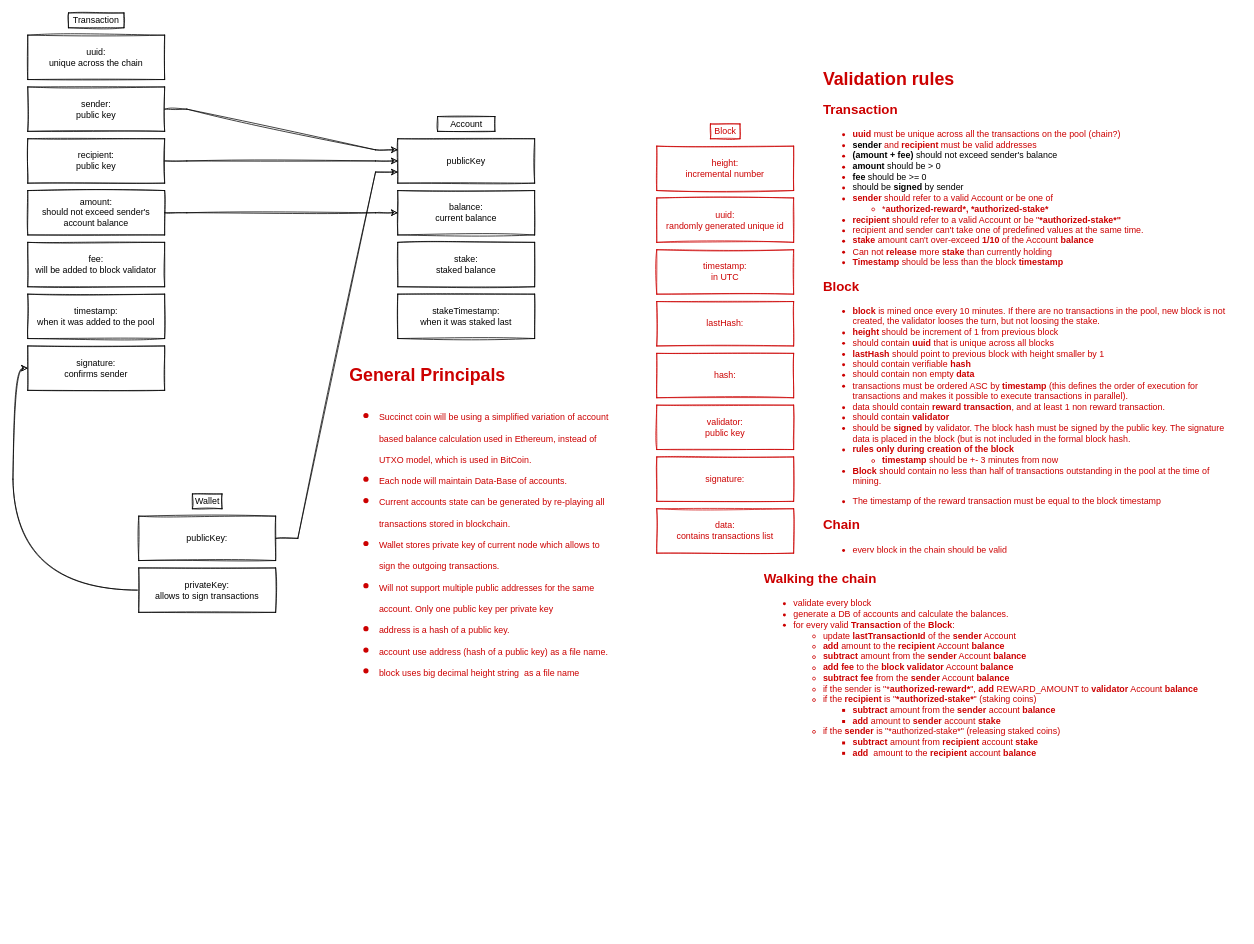
Above: docs/Transaction Structure Diagram.drawio in echowaves/succinctcoin (draw.io), before the change. Source tidied: cells renumbered, new cells numbered last; positions are measured from the earlier drawing's top-left corner, leaving out a move shared by most shapes. Both pictures are drawn from the tidied source at 74%, with x=0, y=0 at pixel (27, 13).
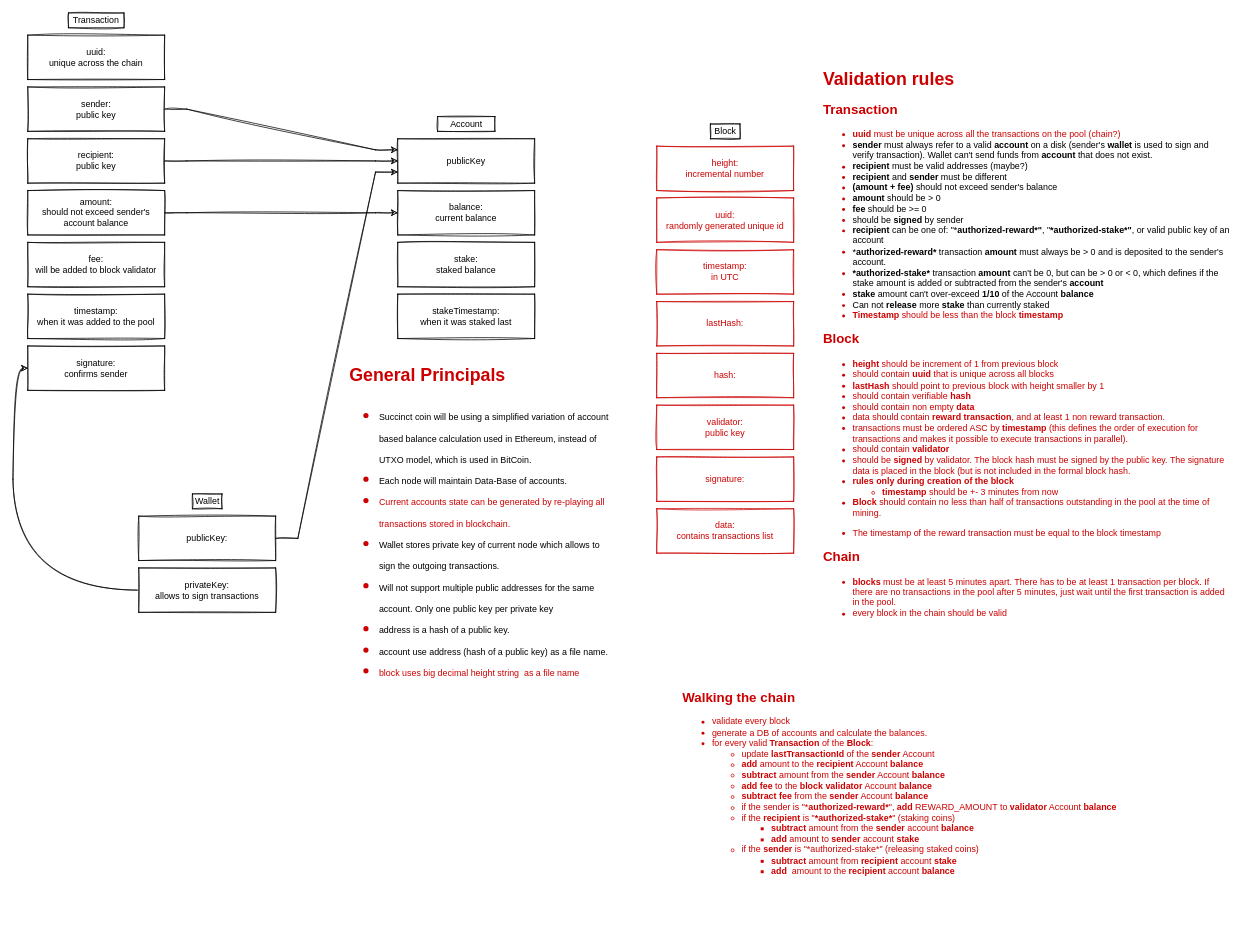
Above is the later version.

Commit message (it also covers changes not shown here):
wip: wiring up block

Change to the diagram source:
```diff
@@
-    <mxCell id="18" value="&lt;h1&gt;&lt;span&gt;General Principals&lt;/span&gt;&lt;/h1&gt;&lt;h1&gt;&lt;ul&gt;&lt;li&gt;&lt;span style=&quot;font-size: 12px ; font-weight: 400&quot;&gt;Succinct coin will be using a simplified variation of account based balance calculation used in Ethereum, instead of UTXO model, which is used in BitCoin.&lt;/span&gt;&lt;/li&gt;&lt;li&gt;&lt;span style=&quot;font-size: 12px ; font-weight: 400&quot;&gt;Each node will maintain Data-Base of accounts.&lt;/span&gt;&lt;br&gt;&lt;/li&gt;&lt;li&gt;&lt;span style=&quot;font-size: 12px ; font-weight: 400&quot;&gt;Current accounts state can be generated by re-playing all transactions stored in blockchain.&lt;/span&gt;&lt;/li&gt;&lt;li&gt;&lt;span style=&quot;font-size: 12px ; font-weight: 400&quot;&gt;Wallet stores private key of current node which allows to sign the outgoing transactions.&lt;/span&gt;&lt;/li&gt;&lt;li&gt;&lt;span style=&quot;font-size: 12px ; font-weight: 400&quot;&gt;Will not support multiple public addresses for the same account. Only one public key per private key&lt;/span&gt;&lt;/li&gt;&lt;li&gt;&lt;span style=&quot;font-size: 12px ; font-weight: 400&quot;&gt;address is a hash of a public key.&lt;/span&gt;&lt;/li&gt;&lt;li&gt;&lt;span style=&quot;font-size: 12px ; font-weight: 400&quot;&gt;account use address (hash of a public key) as a file name.&lt;/span&gt;&lt;/li&gt;&lt;li&gt;&lt;span style=&quot;font-size: 12px ; font-weight: 400&quot;&gt;block uses big decimal height string&amp;nbsp; as a file name&amp;nbsp;&lt;/span&gt;&lt;/li&gt;&lt;/ul&gt;&lt;/h1&gt;" style="text;html=1;fillColor=none;spacing=5;spacingTop=-20;whiteSpace=wrap;overflow=hidden;rounded=0;sketch=1;fontColor=#CC0000;" parent="1" vertex="1">
+    <mxCell id="18" value="&lt;h1&gt;&lt;span&gt;General Principals&lt;/span&gt;&lt;/h1&gt;&lt;h1&gt;&lt;ul&gt;&lt;li&gt;&lt;span style=&quot;font-size: 12px ; font-weight: 400&quot;&gt;&lt;font color=&quot;#000000&quot;&gt;Succinct coin will be using a simplified variation of account based balance calculation used in Ethereum, instead of UTXO model, which is used in BitCoin.&lt;/font&gt;&lt;/span&gt;&lt;/li&gt;&lt;li&gt;&lt;font color=&quot;#000000&quot;&gt;&lt;span style=&quot;font-size: 12px ; font-weight: 400&quot;&gt;Each node will maintain Data-Base of accounts.&lt;/span&gt;&lt;br&gt;&lt;/font&gt;&lt;/li&gt;&lt;li&gt;&lt;span style=&quot;font-size: 12px ; font-weight: 400&quot;&gt;Current accounts state can be generated by re-playing all transactions stored in blockchain.&lt;/span&gt;&lt;/li&gt;&lt;li&gt;&lt;span style=&quot;font-size: 12px ; font-weight: 400&quot;&gt;&lt;font color=&quot;#000000&quot;&gt;Wallet stores private key of current node which allows to sign the outgoing transactions.&lt;/font&gt;&lt;/span&gt;&lt;/li&gt;&lt;li&gt;&lt;span style=&quot;font-size: 12px ; font-weight: 400&quot;&gt;&lt;font color=&quot;#000000&quot;&gt;Will not support multiple public addresses for the same account. Only one public key per private key&lt;/font&gt;&lt;/span&gt;&lt;/li&gt;&lt;li&gt;&lt;span style=&quot;font-size: 12px ; font-weight: 400&quot;&gt;&lt;font color=&quot;#000000&quot;&gt;address is a hash of a public key.&lt;/font&gt;&lt;/span&gt;&lt;/li&gt;&lt;li&gt;&lt;span style=&quot;font-size: 12px ; font-weight: 400&quot;&gt;&lt;font color=&quot;#000000&quot;&gt;account use address (hash of a public key) as a file name.&lt;/font&gt;&lt;/span&gt;&lt;/li&gt;&lt;li&gt;&lt;span style=&quot;font-size: 12px ; font-weight: 400&quot;&gt;block uses big decimal height string&amp;nbsp; as a file name&amp;nbsp;&lt;/span&gt;&lt;/li&gt;&lt;/ul&gt;&lt;/h1&gt;" style="text;html=1;fillColor=none;spacing=5;spacingTop=-20;whiteSpace=wrap;overflow=hidden;rounded=0;sketch=1;fontColor=#CC0000;" parent="1" vertex="1">
       <mxGeometry x="430" y="470" width="360" height="550" as="geometry" />
     </mxCell>
@@
-    <mxCell id="22" value="Block" style="text;html=1;fillColor=none;align=center;verticalAlign=middle;whiteSpace=wrap;rounded=0;sketch=1;strokeColor=#CC0000;fontColor=#CC0000;" parent="1" vertex="1">
+    <mxCell id="22" value="Block" style="text;html=1;fillColor=none;align=center;verticalAlign=middle;whiteSpace=wrap;rounded=0;sketch=1;strokeColor=#000000;" parent="1" vertex="1">
       <mxGeometry x="922.5" y="150" width="40" height="20" as="geometry" />
     </mxCell>
@@
-    <mxCell id="30" value="&lt;h1&gt;Validation rules&lt;/h1&gt;&lt;h2&gt;Transaction&lt;/h2&gt;&lt;div&gt;&lt;ul&gt;&lt;li&gt;&lt;b&gt;uuid&lt;/b&gt; must be unique across all the transactions on the pool (chain?)&lt;/li&gt;&lt;li&gt;&lt;b&gt;&lt;font color=&quot;#000000&quot;&gt;sender&lt;/font&gt;&lt;/b&gt; and &lt;b&gt;recipient&lt;/b&gt; must be valid addresses&lt;/li&gt;&lt;li&gt;&lt;font color=&quot;#000000&quot;&gt;&lt;b&gt;(amount + fee)&lt;/b&gt;&lt;span&gt; should not exceed sender's balance&lt;/span&gt;&lt;br&gt;&lt;/font&gt;&lt;/li&gt;&lt;li&gt;&lt;font color=&quot;#000000&quot;&gt;&lt;b&gt;amount&lt;/b&gt; should be &amp;gt; 0&lt;/font&gt;&lt;/li&gt;&lt;li&gt;&lt;font color=&quot;#000000&quot;&gt;&lt;b&gt;fee&lt;/b&gt;&amp;nbsp;should be &amp;gt;= 0&lt;/font&gt;&lt;/li&gt;&lt;li&gt;&lt;font color=&quot;#000000&quot;&gt;should be &lt;b&gt;signed&lt;/b&gt; by sender&lt;/font&gt;&lt;/li&gt;&lt;li&gt;&lt;b&gt;sender&lt;/b&gt; should refer to a valid Account or be one of&lt;/li&gt;&lt;ul&gt;&lt;li&gt;*&lt;b&gt;authorized-reward*,&amp;nbsp;&lt;/b&gt;&lt;b&gt;*authorized-stake*&lt;/b&gt;&lt;br&gt;&lt;/li&gt;&lt;/ul&gt;&lt;li&gt;&lt;b&gt;recipient &lt;/b&gt;should refer to a valid Account or be &quot;&lt;b&gt;*authorized-stake*&quot;&lt;/b&gt;&lt;/li&gt;&lt;li&gt;recipient and sender can't take one of predefined values at the same time.&lt;/li&gt;&lt;li&gt;&lt;b&gt;stake &lt;/b&gt;amount can't over-exceed &lt;b&gt;1/10&lt;/b&gt; of the Account &lt;b&gt;balance&lt;/b&gt;&lt;/li&gt;&lt;li&gt;Can not &lt;b&gt;release&lt;/b&gt; more &lt;b&gt;stake&lt;/b&gt; than currently holding&lt;/li&gt;&lt;li&gt;&lt;b&gt;Timestamp &lt;/b&gt;should be less than the block &lt;b&gt;timestamp&lt;/b&gt;&lt;/li&gt;&lt;/ul&gt;&lt;/div&gt;&lt;h2&gt;Block&lt;/h2&gt;&lt;div&gt;&lt;ul&gt;&lt;li&gt;&lt;b&gt;block &lt;/b&gt;is mined once every 10 minutes. If there are no transactions in the pool, new block is not created, the validator looses the turn, but not loosing the stake.&lt;/li&gt;&lt;li&gt;&lt;b&gt;height&lt;/b&gt; should be increment of 1 from previous block&lt;/li&gt;&lt;li&gt;should contain &lt;b&gt;uuid &lt;/b&gt;that is unique across all blocks&lt;/li&gt;&lt;li&gt;&lt;b&gt;lastHash&lt;/b&gt; should point to previous block with height smaller by 1&lt;/li&gt;&lt;li&gt;should contain verifiable &lt;b&gt;hash&lt;/b&gt;&lt;/li&gt;&lt;li&gt;should contain non empty &lt;b&gt;data&lt;/b&gt;&amp;nbsp;&amp;nbsp;&lt;/li&gt;&lt;li&gt;transactions must be ordered ASC by &lt;b&gt;timestamp &lt;/b&gt;(this defines the order of execution for transactions and makes it possible to execute transactions in parallel).&lt;/li&gt;&lt;li&gt;data should contain &lt;b&gt;reward transaction&lt;/b&gt;, and at least 1 non reward transaction.&lt;/li&gt;&lt;li&gt;should contain &lt;b&gt;validator&lt;/b&gt;&lt;/li&gt;&lt;li&gt;should be &lt;b&gt;signed&lt;/b&gt; by validator. The block hash must be signed by the public key. The signature data is placed in the block (but is not included in the formal block hash.&lt;/li&gt;&lt;li&gt;&lt;b&gt;rules only during creation of the block&lt;/b&gt;&lt;/li&gt;&lt;ul&gt;&lt;li&gt;&lt;b&gt;timestamp&lt;/b&gt; should be +- 3 minutes from now&lt;/li&gt;&lt;/ul&gt;&lt;li&gt;&lt;b&gt;Block &lt;/b&gt;should contain no less than half of transactions outstanding in the pool at the time of mining.&lt;/li&gt;&lt;/ul&gt;&lt;p&gt;&lt;/p&gt;&lt;ul&gt;&lt;li&gt;&lt;span style=&quot;background-color: rgb(255 , 255 , 255)&quot;&gt;&lt;font style=&quot;font-size: 12px&quot;&gt;The timestamp of the reward transaction must be equal to the block timestamp&lt;/font&gt;&lt;/span&gt;&lt;/li&gt;&lt;/ul&gt;&lt;p&gt;&lt;/p&gt;&lt;/div&gt;&lt;h2&gt;Chain&lt;/h2&gt;&lt;div&gt;&lt;ul&gt;&lt;li&gt;every block in the chain should be valid&lt;/li&gt;&lt;/ul&gt;&lt;div&gt;&lt;br&gt;&lt;/div&gt;&lt;/div&gt;&lt;h2&gt;&lt;br&gt;&lt;/h2&gt;" style="text;html=1;fillColor=none;spacing=5;spacingTop=-20;whiteSpace=wrap;overflow=hidden;rounded=0;sketch=1;fontColor=#CC0000;" parent="1" vertex="1">
-      <mxGeometry x="1070" y="70" width="560" height="660" as="geometry" />
+    <mxCell id="30" value="&lt;h1&gt;Validation rules&lt;/h1&gt;&lt;h2&gt;Transaction&lt;/h2&gt;&lt;div&gt;&lt;ul&gt;&lt;li&gt;&lt;b&gt;uuid&lt;/b&gt; must be unique across all the transactions on the pool (chain?)&lt;/li&gt;&lt;li&gt;&lt;font color=&quot;#000000&quot;&gt;&lt;b&gt;sender &lt;/b&gt;must always refer to a valid &lt;b&gt;account&lt;/b&gt; on a disk (sender's &lt;b&gt;wallet&lt;/b&gt; is used to sign and verify transaction). Wallet can't send funds from &lt;b&gt;account &lt;/b&gt;that does not exist.&lt;/font&gt;&lt;/li&gt;&lt;li&gt;&lt;font color=&quot;#000000&quot;&gt;&lt;b&gt;recipient&lt;/b&gt; must be valid addresses (maybe?)&lt;/font&gt;&lt;/li&gt;&lt;li&gt;&lt;font color=&quot;#000000&quot;&gt;&lt;b&gt;recipient&lt;/b&gt; and &lt;b&gt;sender&lt;/b&gt; must be different&lt;/font&gt;&lt;/li&gt;&lt;li&gt;&lt;font color=&quot;#000000&quot;&gt;&lt;b&gt;(amount + fee)&lt;/b&gt;&lt;span&gt; should not exceed sender's balance&lt;/span&gt;&lt;br&gt;&lt;/font&gt;&lt;/li&gt;&lt;li&gt;&lt;font color=&quot;#000000&quot;&gt;&lt;b&gt;amount&lt;/b&gt; should be &amp;gt; 0&lt;/font&gt;&lt;/li&gt;&lt;li&gt;&lt;font color=&quot;#000000&quot;&gt;&lt;b&gt;fee&lt;/b&gt;&amp;nbsp;should be &amp;gt;= 0&lt;/font&gt;&lt;/li&gt;&lt;li&gt;&lt;font color=&quot;#000000&quot;&gt;should be &lt;b&gt;signed&lt;/b&gt; by sender&lt;/font&gt;&lt;/li&gt;&lt;li&gt;&lt;font color=&quot;#000000&quot;&gt;&lt;b&gt;recipient&lt;/b&gt;&lt;span&gt;&amp;nbsp;can be one of: &quot;*&lt;/span&gt;&lt;b&gt;authorized-reward*&quot;&lt;/b&gt;&lt;span&gt;, &quot;&lt;/span&gt;&lt;b&gt;*authorized-stake*&quot;&lt;/b&gt;&lt;span&gt;, or valid public key of an account&lt;/span&gt;&lt;br&gt;&lt;/font&gt;&lt;/li&gt;&lt;li&gt;&lt;font color=&quot;#000000&quot;&gt;&lt;span&gt;*&lt;/span&gt;&lt;b&gt;authorized-reward*&lt;/b&gt;&amp;nbsp;transaction &lt;b&gt;amount&lt;/b&gt; must always be &amp;gt; 0 and is deposited to the sender's account.&lt;/font&gt;&lt;/li&gt;&lt;li&gt;&lt;font color=&quot;#000000&quot;&gt;&lt;b&gt;*authorized-stake* &lt;/b&gt;&lt;span&gt;transaction &lt;b&gt;amount&lt;/b&gt; can't be 0, but can be &amp;gt; 0 or &amp;lt; 0, which defines if the stake amount is added or subtracted from the sender's &lt;b&gt;account&lt;/b&gt;&lt;/span&gt;&lt;/font&gt;&lt;br&gt;&lt;/li&gt;&lt;li&gt;&lt;font color=&quot;#000000&quot;&gt;&lt;b&gt;stake &lt;/b&gt;amount can't over-exceed &lt;b&gt;1/10&lt;/b&gt; of the Account &lt;b&gt;balance&lt;/b&gt;&lt;/font&gt;&lt;/li&gt;&lt;li&gt;&lt;font color=&quot;#000000&quot;&gt;Can not &lt;b&gt;release&lt;/b&gt; more &lt;b&gt;stake&lt;/b&gt; than currently staked&lt;/font&gt;&lt;/li&gt;&lt;li&gt;&lt;b&gt;Timestamp &lt;/b&gt;should be less than the block &lt;b&gt;timestamp&lt;/b&gt;&lt;/li&gt;&lt;/ul&gt;&lt;/div&gt;&lt;h2&gt;Block&lt;/h2&gt;&lt;div&gt;&lt;ul&gt;&lt;li&gt;&lt;b&gt;height&lt;/b&gt;&lt;span&gt; should be increment of 1 from previous block&lt;/span&gt;&lt;br&gt;&lt;/li&gt;&lt;li&gt;should contain &lt;b&gt;uuid &lt;/b&gt;that is unique across all blocks&lt;/li&gt;&lt;li&gt;&lt;b&gt;lastHash&lt;/b&gt; should point to previous block with height smaller by 1&lt;/li&gt;&lt;li&gt;should contain verifiable &lt;b&gt;hash&lt;/b&gt;&lt;/li&gt;&lt;li&gt;should contain non empty &lt;b&gt;data&lt;/b&gt;&lt;/li&gt;&lt;li&gt;data should contain&amp;nbsp;&lt;b&gt;reward transaction&lt;/b&gt;, and at least 1 non reward transaction.&lt;/li&gt;&lt;li&gt;transactions must be ordered ASC by &lt;b&gt;timestamp &lt;/b&gt;(this defines the order of execution for transactions and makes it possible to execute transactions in parallel).&lt;/li&gt;&lt;li&gt;should contain &lt;b&gt;validator&lt;/b&gt;&lt;/li&gt;&lt;li&gt;should be &lt;b&gt;signed&lt;/b&gt; by validator. The block hash must be signed by the public key. The signature data is placed in the block (but is not included in the formal block hash.&lt;/li&gt;&lt;li&gt;&lt;b&gt;rules only during creation of the block&lt;/b&gt;&lt;/li&gt;&lt;ul&gt;&lt;li&gt;&lt;b&gt;timestamp&lt;/b&gt; should be +- 3 minutes from now&lt;/li&gt;&lt;/ul&gt;&lt;li&gt;&lt;b&gt;Block &lt;/b&gt;should contain no less than half of transactions outstanding in the pool at the time of mining.&lt;/li&gt;&lt;/ul&gt;&lt;p&gt;&lt;/p&gt;&lt;ul&gt;&lt;li&gt;&lt;span style=&quot;background-color: rgb(255 , 255 , 255)&quot;&gt;&lt;font style=&quot;font-size: 12px&quot;&gt;The timestamp of the reward transaction must be equal to the block timestamp&lt;/font&gt;&lt;/span&gt;&lt;/li&gt;&lt;/ul&gt;&lt;p&gt;&lt;/p&gt;&lt;/div&gt;&lt;h2&gt;Chain&lt;/h2&gt;&lt;div&gt;&lt;ul&gt;&lt;li&gt;&lt;b&gt;blocks&amp;nbsp;&lt;/b&gt;must be at least 5 minutes apart. There has to be at least 1 transaction per block. If there are no transactions in the pool after 5 minutes, just wait until the first transaction is added in the pool.&lt;/li&gt;&lt;li&gt;every block in the chain should be valid&lt;/li&gt;&lt;/ul&gt;&lt;div&gt;&lt;br&gt;&lt;/div&gt;&lt;/div&gt;&lt;h2&gt;&lt;br&gt;&lt;/h2&gt;" style="text;html=1;fillColor=none;spacing=5;spacingTop=-20;whiteSpace=wrap;overflow=hidden;rounded=0;sketch=1;fontColor=#CC0000;" parent="1" vertex="1">
+      <mxGeometry x="1070" y="70" width="560" height="780" as="geometry" />
     </mxCell>
     <mxCell id="31" value="&lt;h2&gt;Walking the chain&lt;/h2&gt;&lt;p&gt;&lt;/p&gt;&lt;ul&gt;&lt;li&gt;validate every block&lt;/li&gt;&lt;li&gt;generate a DB of accounts and calculate the balances.&lt;/li&gt;&lt;li&gt;for every valid &lt;b&gt;Transaction&lt;/b&gt; of the &lt;b&gt;Block&lt;/b&gt;:&lt;/li&gt;&lt;ul&gt;&lt;li&gt;update &lt;b&gt;lastTransactionId&lt;/b&gt; of the &lt;b&gt;sender&lt;/b&gt; Account&lt;/li&gt;&lt;li&gt;&lt;b&gt;add&lt;/b&gt; amount to the &lt;b&gt;recipient&lt;/b&gt; Account &lt;b&gt;balance&lt;/b&gt;&lt;/li&gt;&lt;li&gt;&lt;b&gt;subtract&lt;/b&gt; amount from the &lt;b&gt;sender&lt;/b&gt; Account &lt;b&gt;balance&lt;/b&gt;&lt;/li&gt;&lt;li&gt;&lt;b&gt;add fee&lt;/b&gt; to the &lt;b&gt;block validator&lt;/b&gt; Account &lt;b&gt;balance&lt;/b&gt;&lt;/li&gt;&lt;li&gt;&lt;b&gt;subtract fee&lt;/b&gt; from the &lt;b&gt;sender&lt;/b&gt; Account &lt;b&gt;balance&lt;/b&gt;&lt;/li&gt;&lt;li&gt;if the sender is &quot;*&lt;b&gt;authorized-reward*&lt;/b&gt;&quot;, &lt;b&gt;add&lt;/b&gt; REWARD_AMOUNT to &lt;b&gt;validator&lt;/b&gt; Account &lt;b&gt;balance&lt;/b&gt;&lt;/li&gt;&lt;li&gt;if the &lt;b&gt;recipient&lt;/b&gt;&amp;nbsp;is &quot;&lt;b&gt;*authorized-stake*&lt;/b&gt;&quot; (staking coins)&lt;/li&gt;&lt;ul&gt;&lt;li&gt;&lt;b&gt;subtract&lt;/b&gt; amount from the &lt;b&gt;sender&lt;/b&gt; account &lt;b&gt;balance&amp;nbsp;&lt;/b&gt;&lt;/li&gt;&lt;li&gt;&lt;b&gt;add&lt;/b&gt; amount to &lt;b&gt;sender&lt;/b&gt; account &lt;b&gt;stake&lt;/b&gt;&lt;/li&gt;&lt;/ul&gt;&lt;li&gt;if the &lt;b&gt;sender&amp;nbsp;&lt;/b&gt;is &quot;*authorized-stake*&quot; (releasing staked coins)&lt;/li&gt;&lt;ul&gt;&lt;li&gt;&lt;b&gt;subtract&lt;/b&gt; amount from &lt;b&gt;recipient&lt;/b&gt; account &lt;b&gt;stake&lt;/b&gt;&lt;/li&gt;&lt;li&gt;&lt;b&gt;add&lt;/b&gt;&amp;nbsp; amount to the &lt;b&gt;recipient&lt;/b&gt; account &lt;b&gt;balance&amp;nbsp;&lt;/b&gt;&lt;/li&gt;&lt;/ul&gt;&lt;/ul&gt;&lt;/ul&gt;&lt;p&gt;&lt;/p&gt;&lt;div&gt;&lt;br style=&quot;font-family: helvetica; font-size: 12px; font-style: normal; font-weight: 400; letter-spacing: normal; text-align: left; text-indent: 0px; text-transform: none; word-spacing: 0px; background-color: rgb(248, 249, 250);&quot;&gt;&lt;/div&gt;" style="text;html=1;fillColor=none;spacing=5;spacingTop=-20;whiteSpace=wrap;overflow=hidden;rounded=0;fontColor=#CC0000;" parent="1" vertex="1">
-      <mxGeometry x="990" y="750" width="650" height="330" as="geometry" />
+      <mxGeometry x="880" y="910" width="650" height="330" as="geometry" />
     </mxCell>
```
